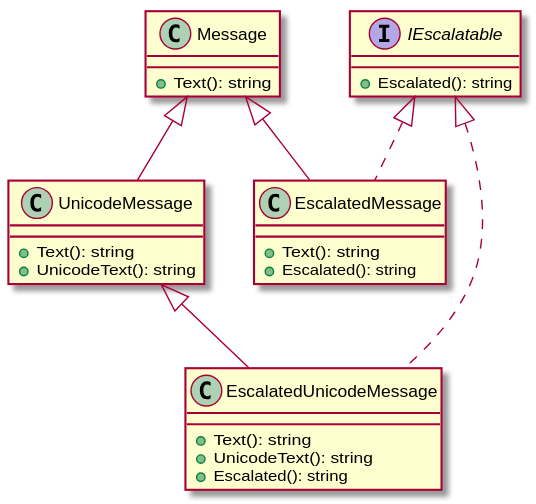
The PlantUML diagram assets/mixin-diamond-2.svg in hsro-inf-prg3/hsro-inf-prg3.github.io, before a commit.
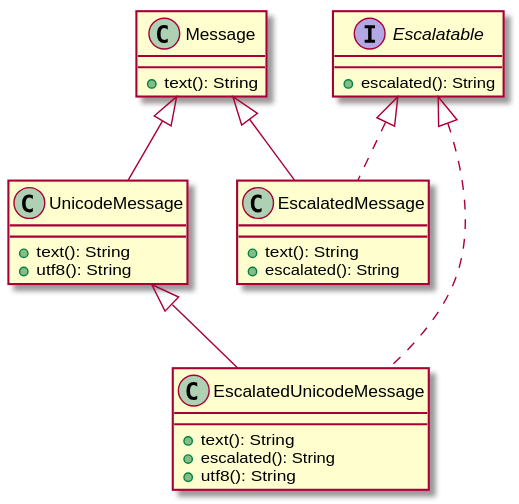
After the change.

Commit message:
Cosmetics for Mixin UML

Diff of the diagram source:
```diff
@@ -1,27 +1,27 @@
 @startuml mixin-diamond-2
 
 class Message {
-	+Text(): string
+	+text(): String
 }
 
-interface IEscalatable {
-	+Escalated(): string
+interface Escalatable {
+	+escalated(): String
 }
 
-class EscalatedMessage extends Message implements IEscalatable{
-	+Text(): string
-	+Escalated(): string
+class EscalatedMessage extends Message implements Escalatable{
+	+text(): String
+	+escalated(): String
 }
 
 class UnicodeMessage extends Message {
-	+Text(): string
-	+UnicodeText(): string
+	+text(): String
+	+utf8(): String
 }
 
-class EscalatedUnicodeMessage extends UnicodeMessage implements IEscalatable {
-	+Text(): string
-	+UnicodeText(): string
-	+Escalated(): string
+class EscalatedUnicodeMessage extends UnicodeMessage implements Escalatable {
+	+text(): String
+	+escalated(): String
+	+utf8(): String
 }
 
 @enduml
```
